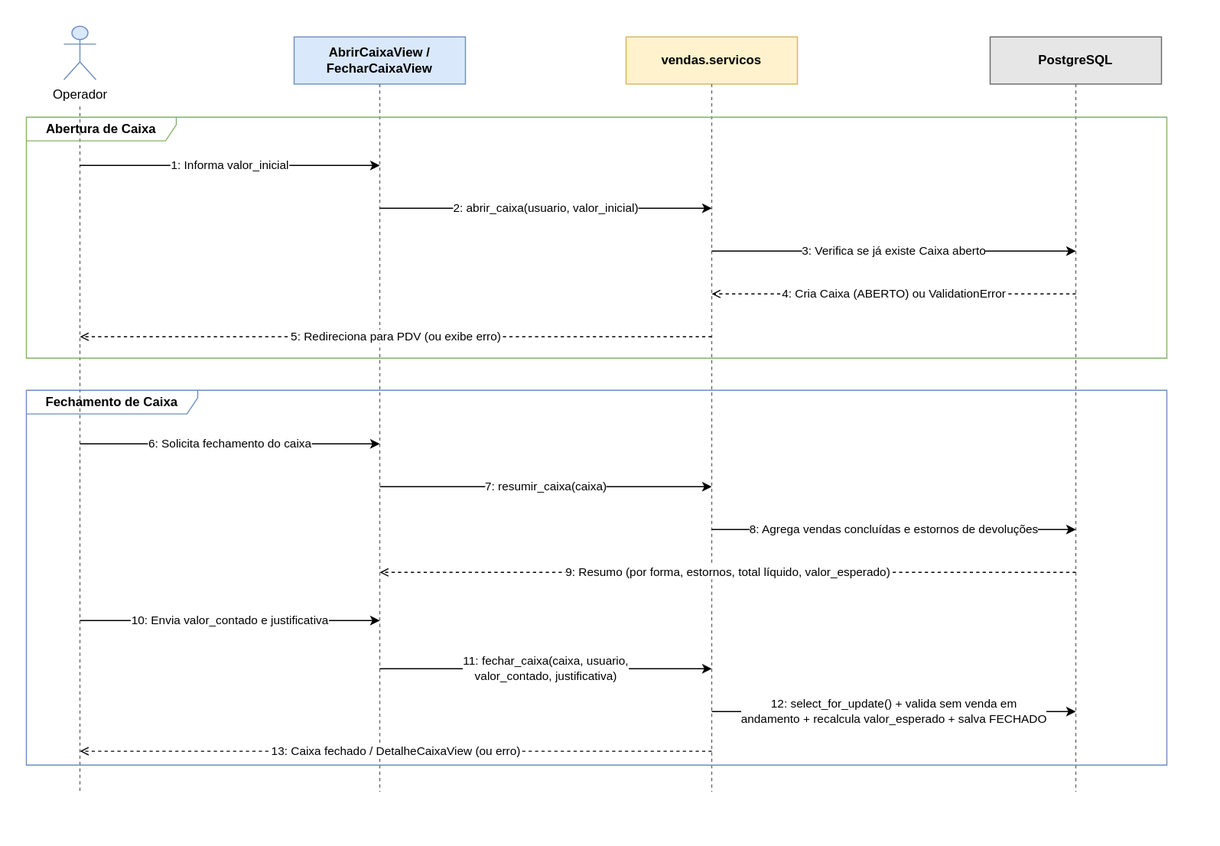
Before: docs/diagramas/sequencia_caixa.drawio.svg, a diagram exported from draw.io (PedroGasparetto/sistema-dacomp). Source tidied: cells renumbered, new cells last; positions are measured from the earlier drawing's top-left corner, leaving out a move shared by most shapes.
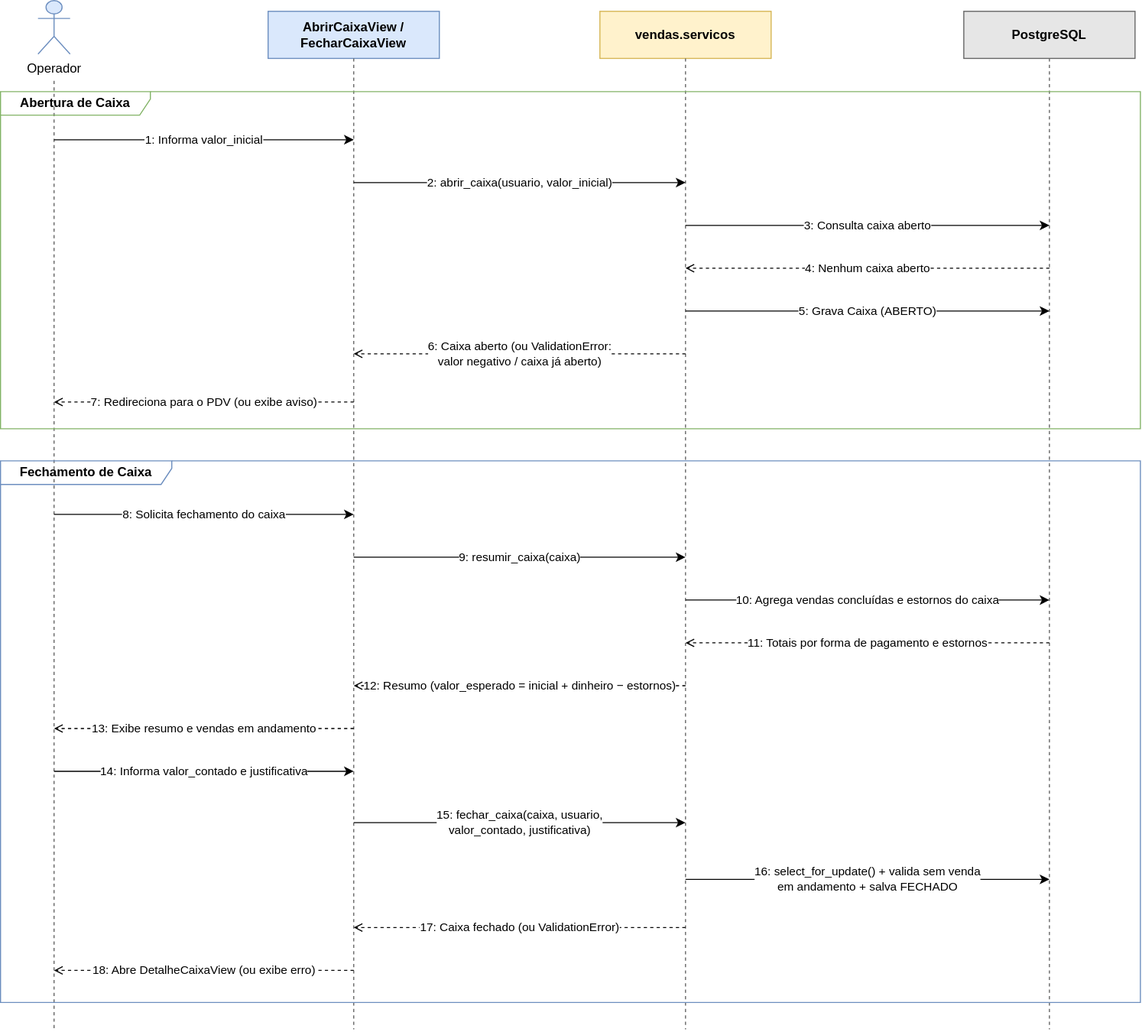
After the commit.

Commit message:
Atualiza o SVG do diagrama de sequência do caixa

Exportado pelo draw.io a partir do sequencia_caixa.drawio corrigido, com cópia
do diagrama embutida (4 participantes e 18 mensagens).

Claude-Session: https://claude.ai/code/session_01PfvwMDMALDtyiAoHVTcGmU

The edit, as a diff of the source:
```diff
@@ -17,29 +17,29 @@
     <mxCell id="6" style="endArrow=none;dashed=1;html=1;strokeColor=#666666;" parent="1" edge="1">
       <mxGeometry relative="1" as="geometry">
         <mxPoint x="50" y="75" as="sourcePoint" />
-        <mxPoint x="50" y="715" as="targetPoint" />
+        <mxPoint x="50" y="961" as="targetPoint" />
       </mxGeometry>
     </mxCell>
     <mxCell id="7" style="endArrow=none;dashed=1;html=1;strokeColor=#666666;" parent="1" edge="1">
       <mxGeometry relative="1" as="geometry">
         <mxPoint x="330" y="54" as="sourcePoint" />
-        <mxPoint x="330" y="715" as="targetPoint" />
+        <mxPoint x="330" y="961" as="targetPoint" />
       </mxGeometry>
     </mxCell>
     <mxCell id="8" style="endArrow=none;dashed=1;html=1;strokeColor=#666666;" parent="1" edge="1">
       <mxGeometry relative="1" as="geometry">
         <mxPoint x="640" y="54" as="sourcePoint" />
-        <mxPoint x="640" y="715" as="targetPoint" />
+        <mxPoint x="640" y="961" as="targetPoint" />
       </mxGeometry>
     </mxCell>
     <mxCell id="9" style="endArrow=none;dashed=1;html=1;strokeColor=#666666;" parent="1" edge="1">
       <mxGeometry relative="1" as="geometry">
         <mxPoint x="980" y="54" as="sourcePoint" />
-        <mxPoint x="980" y="715" as="targetPoint" />
+        <mxPoint x="980" y="961" as="targetPoint" />
       </mxGeometry>
     </mxCell>
     <mxCell id="10" value="Abertura de Caixa" style="shape=umlFrame;whiteSpace=wrap;html=1;width=140;height=22;fillColor=none;strokeColor=#82b366;fontStyle=1;" parent="1" vertex="1">
-      <mxGeometry y="85" width="1065" height="225" as="geometry" />
+      <mxGeometry y="85" width="1065" height="315" as="geometry" />
     </mxCell>
     <mxCell id="11" value="1: Informa valor_inicial" style="endArrow=classic;html=1;labelBackgroundColor=#ffffff;" parent="1" edge="1">
       <mxGeometry relative="1" as="geometry">
@@ -53,74 +53,104 @@
         <mxPoint x="640" y="170" as="targetPoint" />
       </mxGeometry>
     </mxCell>
-    <mxCell id="13" value="3: Verifica se já existe Caixa aberto" style="endArrow=classic;html=1;labelBackgroundColor=#ffffff;" parent="1" edge="1">
+    <mxCell id="13" value="3: Consulta caixa aberto" style="endArrow=classic;html=1;labelBackgroundColor=#ffffff;" parent="1" edge="1">
       <mxGeometry relative="1" as="geometry">
         <mxPoint x="640" y="210" as="sourcePoint" />
         <mxPoint x="980" y="210" as="targetPoint" />
       </mxGeometry>
     </mxCell>
-    <mxCell id="14" value="4: Cria Caixa (ABERTO) ou ValidationError" style="dashed=1;endArrow=open;endFill=0;html=1;labelBackgroundColor=#ffffff;" parent="1" edge="1">
+    <mxCell id="14" value="4: Nenhum caixa aberto" style="dashed=1;endArrow=open;endFill=0;html=1;labelBackgroundColor=#ffffff;" parent="1" edge="1">
       <mxGeometry relative="1" as="geometry">
         <mxPoint x="980" y="250" as="sourcePoint" />
         <mxPoint x="640" y="250" as="targetPoint" />
       </mxGeometry>
     </mxCell>
-    <mxCell id="15" value="5: Redireciona para PDV (ou exibe erro)" style="dashed=1;endArrow=open;endFill=0;html=1;labelBackgroundColor=#ffffff;" parent="1" edge="1">
+    <mxCell id="15" value="5: Grava Caixa (ABERTO)" style="endArrow=classic;html=1;labelBackgroundColor=#ffffff;" parent="1" edge="1">
       <mxGeometry relative="1" as="geometry">
         <mxPoint x="640" y="290" as="sourcePoint" />
-        <mxPoint x="50" y="290" as="targetPoint" />
+        <mxPoint x="980" y="290" as="targetPoint" />
       </mxGeometry>
     </mxCell>
-    <mxCell id="16" value="Fechamento de Caixa" style="shape=umlFrame;whiteSpace=wrap;html=1;width=160;height=22;fillColor=none;strokeColor=#6c8ebf;fontStyle=1;" parent="1" vertex="1">
-      <mxGeometry y="340" width="1065" height="350" as="geometry" />
-    </mxCell>
-    <mxCell id="17" value="6: Solicita fechamento do caixa" style="endArrow=classic;html=1;labelBackgroundColor=#ffffff;" parent="1" edge="1">
+    <mxCell id="17" value="6: Caixa aberto (ou ValidationError:&#10;valor negativo / caixa já aberto)" style="dashed=1;endArrow=open;endFill=0;html=1;labelBackgroundColor=#ffffff;" parent="1" edge="1">
       <mxGeometry relative="1" as="geometry">
-        <mxPoint x="50" y="390" as="sourcePoint" />
-        <mxPoint x="330" y="390" as="targetPoint" />
+        <mxPoint x="640" y="330" as="sourcePoint" />
+        <mxPoint x="330" y="330" as="targetPoint" />
       </mxGeometry>
     </mxCell>
-    <mxCell id="18" value="7: resumir_caixa(caixa)" style="endArrow=classic;html=1;labelBackgroundColor=#ffffff;" parent="1" edge="1">
+    <mxCell id="18" value="7: Redireciona para o PDV (ou exibe aviso)" style="dashed=1;endArrow=open;endFill=0;html=1;labelBackgroundColor=#ffffff;" parent="1" edge="1">
       <mxGeometry relative="1" as="geometry">
-        <mxPoint x="330" y="430" as="sourcePoint" />
-        <mxPoint x="640" y="430" as="targetPoint" />
+        <mxPoint x="330" y="375" as="sourcePoint" />
+        <mxPoint x="50" y="375" as="targetPoint" />
       </mxGeometry>
     </mxCell>
+    <mxCell id="16" value="Fechamento de Caixa" style="shape=umlFrame;whiteSpace=wrap;html=1;width=160;height=22;fillColor=none;strokeColor=#6c8ebf;fontStyle=1;" parent="1" vertex="1">
+      <mxGeometry y="430" width="1065" height="506" as="geometry" />
+    </mxCell>
-    <mxCell id="19" value="8: Agrega vendas concluídas e estornos de devoluções" style="endArrow=classic;html=1;labelBackgroundColor=#ffffff;" parent="1" edge="1">
+    <mxCell id="19" value="8: Solicita fechamento do caixa" style="endArrow=classic;html=1;labelBackgroundColor=#ffffff;" parent="1" edge="1">
       <mxGeometry relative="1" as="geometry">
-        <mxPoint x="640" y="470" as="sourcePoint" />
-        <mxPoint x="980" y="470" as="targetPoint" />
+        <mxPoint x="50" y="480" as="sourcePoint" />
+        <mxPoint x="330" y="480" as="targetPoint" />
       </mxGeometry>
     </mxCell>
-    <mxCell id="20" value="9: Resumo (por forma, estornos, total líquido, valor_esperado)" style="dashed=1;endArrow=open;endFill=0;html=1;labelBackgroundColor=#ffffff;" parent="1" edge="1">
+    <mxCell id="20" value="9: resumir_caixa(caixa)" style="endArrow=classic;html=1;labelBackgroundColor=#ffffff;" parent="1" edge="1">
       <mxGeometry relative="1" as="geometry">
-        <mxPoint x="980" y="510" as="sourcePoint" />
-        <mxPoint x="330" y="510" as="targetPoint" />
+        <mxPoint x="330" y="520" as="sourcePoint" />
+        <mxPoint x="640" y="520" as="targetPoint" />
       </mxGeometry>
     </mxCell>
-    <mxCell id="21" value="10: Envia valor_contado e justificativa" style="endArrow=classic;html=1;labelBackgroundColor=#ffffff;" parent="1" edge="1">
+    <mxCell id="21" value="10: Agrega vendas concluídas e estornos do caixa" style="endArrow=classic;html=1;labelBackgroundColor=#ffffff;" parent="1" edge="1">
       <mxGeometry relative="1" as="geometry">
-        <mxPoint x="50" y="555" as="sourcePoint" />
-        <mxPoint x="330" y="555" as="targetPoint" />
+        <mxPoint x="640" y="560" as="sourcePoint" />
+        <mxPoint x="980" y="560" as="targetPoint" />
       </mxGeometry>
     </mxCell>
-    <mxCell id="22" value="11: fechar_caixa(caixa, usuario,&#10;valor_contado, justificativa)" style="endArrow=classic;html=1;labelBackgroundColor=#ffffff;" parent="1" edge="1">
+    <mxCell id="22" value="11: Totais por forma de pagamento e estornos" style="dashed=1;endArrow=open;endFill=0;html=1;labelBackgroundColor=#ffffff;" parent="1" edge="1">
       <mxGeometry relative="1" as="geometry">
-        <mxPoint x="330" y="600" as="sourcePoint" />
+        <mxPoint x="980" y="600" as="sourcePoint" />
         <mxPoint x="640" y="600" as="targetPoint" />
       </mxGeometry>
     </mxCell>
-    <mxCell id="23" value="12: select_for_update() + valida sem venda em&#10;andamento + recalcula valor_esperado + salva FECHADO" style="endArrow=classic;html=1;labelBackgroundColor=#ffffff;" parent="1" edge="1">
+    <mxCell id="23" value="12: Resumo (valor_esperado = inicial + dinheiro − estornos)" style="dashed=1;endArrow=open;endFill=0;html=1;labelBackgroundColor=#ffffff;" parent="1" edge="1">
       <mxGeometry relative="1" as="geometry">
         <mxPoint x="640" y="640" as="sourcePoint" />
-        <mxPoint x="980" y="640" as="targetPoint" />
+        <mxPoint x="330" y="640" as="targetPoint" />
       </mxGeometry>
     </mxCell>
-    <mxCell id="24" value="13: Caixa fechado / DetalheCaixaView (ou erro)" style="dashed=1;endArrow=open;endFill=0;html=1;labelBackgroundColor=#ffffff;" parent="1" edge="1">
+    <mxCell id="24" value="13: Exibe resumo e vendas em andamento" style="dashed=1;endArrow=open;endFill=0;html=1;labelBackgroundColor=#ffffff;" parent="1" edge="1">
       <mxGeometry relative="1" as="geometry">
-        <mxPoint x="640" y="677" as="sourcePoint" />
-        <mxPoint x="50" y="677" as="targetPoint" />
+        <mxPoint x="330" y="680" as="sourcePoint" />
+        <mxPoint x="50" y="680" as="targetPoint" />
       </mxGeometry>
     </mxCell>
+    <mxCell id="25" value="14: Informa valor_contado e justificativa" style="endArrow=classic;html=1;labelBackgroundColor=#ffffff;" parent="1" edge="1">
+      <mxGeometry relative="1" as="geometry">
+        <mxPoint x="50" y="720" as="sourcePoint" />
+        <mxPoint x="330" y="720" as="targetPoint" />
+      </mxGeometry>
+    </mxCell>
+    <mxCell id="26" value="15: fechar_caixa(caixa, usuario,&#10;valor_contado, justificativa)" style="endArrow=classic;html=1;labelBackgroundColor=#ffffff;" parent="1" edge="1">
+      <mxGeometry relative="1" as="geometry">
+        <mxPoint x="330" y="768" as="sourcePoint" />
+        <mxPoint x="640" y="768" as="targetPoint" />
+      </mxGeometry>
+    </mxCell>
+    <mxCell id="27" value="16: select_for_update() + valida sem venda&#10;em andamento + salva FECHADO" style="endArrow=classic;html=1;labelBackgroundColor=#ffffff;" parent="1" edge="1">
+      <mxGeometry relative="1" as="geometry">
+        <mxPoint x="640" y="821" as="sourcePoint" />
+        <mxPoint x="980" y="821" as="targetPoint" />
+      </mxGeometry>
+    </mxCell>
+    <mxCell id="28" value="17: Caixa fechado (ou ValidationError)" style="dashed=1;endArrow=open;endFill=0;html=1;labelBackgroundColor=#ffffff;" parent="1" edge="1">
+      <mxGeometry relative="1" as="geometry">
+        <mxPoint x="640" y="866" as="sourcePoint" />
+        <mxPoint x="330" y="866" as="targetPoint" />
+      </mxGeometry>
+    </mxCell>
+    <mxCell id="29" value="18: Abre DetalheCaixaView (ou exibe erro)" style="dashed=1;endArrow=open;endFill=0;html=1;labelBackgroundColor=#ffffff;" parent="1" edge="1">
+      <mxGeometry relative="1" as="geometry">
+        <mxPoint x="330" y="906" as="sourcePoint" />
+        <mxPoint x="50" y="906" as="targetPoint" />
+      </mxGeometry>
+    </mxCell>
   </root>
 </mxGraphModel>
```
